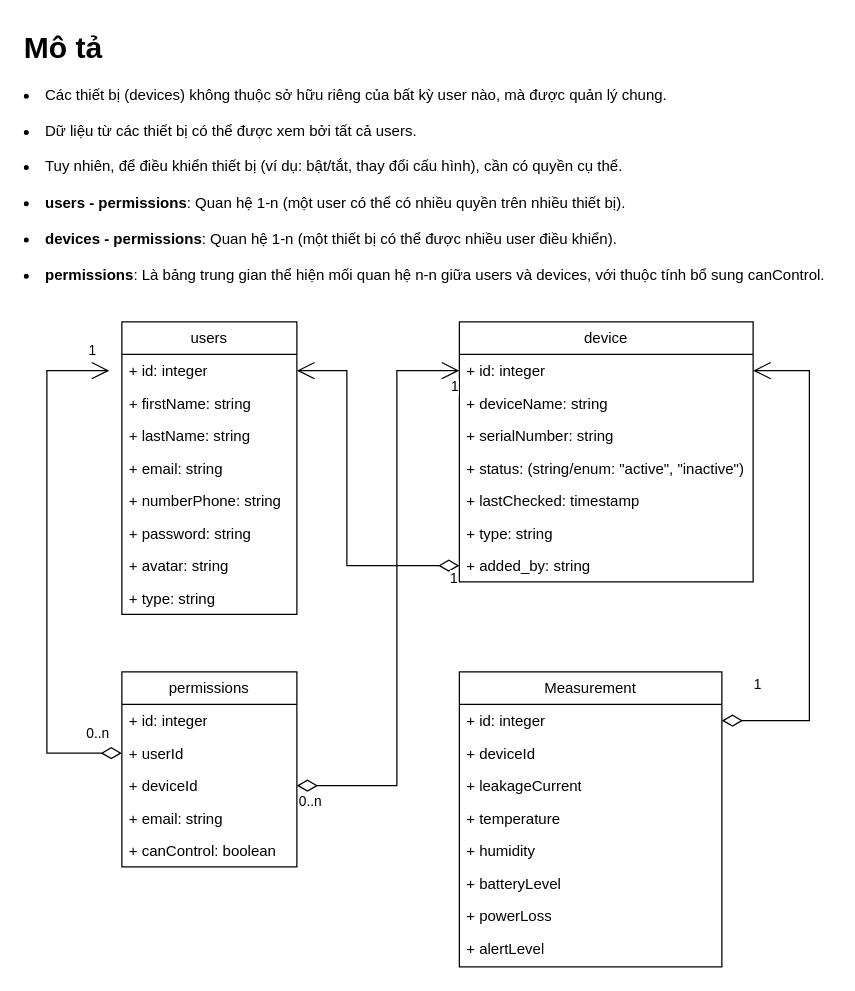
Above: quanLyThietBiDoDongRoUML_NEW.drawio in QuachHung1102/quanLyThietBiDoDongRo (draw.io), before the change. Source tidied: cells renumbered, new cells numbered last; positions are measured from the earlier drawing's top-left corner, leaving out a move shared by most shapes. Both pictures are drawn from the tidied source at 125%, with x=0, y=0 at pixel (21, 21).
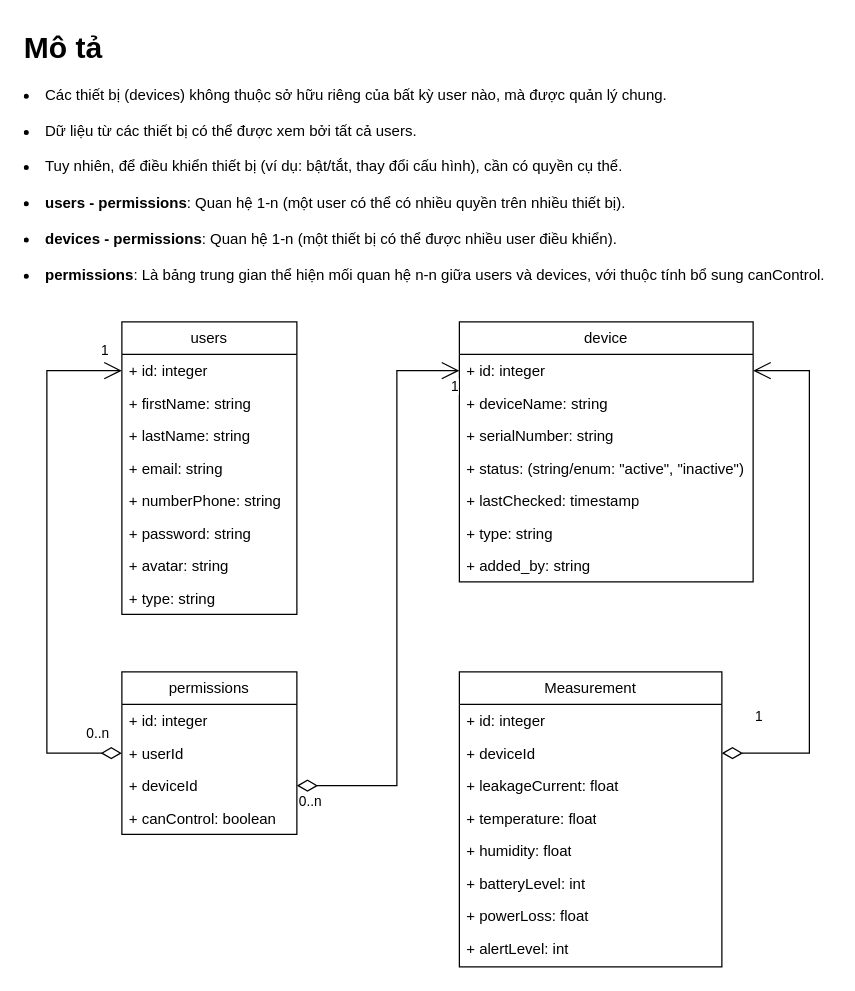
After the change.

The change refers to these unchanged cells:
```xml
<mxCell id="3" value="+ id: integer&lt;div&gt;&lt;br&gt;&lt;/div&gt;" style="text;strokeColor=none;fillColor=none;align=left;verticalAlign=top;spacingLeft=4;spacingRight=4;overflow=hidden;points=[[0,0.5],[1,0.5]];portConstraint=eastwest;whiteSpace=wrap;html=1;" parent="2" vertex="1">
  <mxGeometry y="26" width="140" height="26" as="geometry" />
</mxCell>
<mxCell id="12" value="+ id: integer&lt;div&gt;&lt;br&gt;&lt;/div&gt;" style="text;strokeColor=none;fillColor=none;align=left;verticalAlign=top;spacingLeft=4;spacingRight=4;overflow=hidden;points=[[0,0.5],[1,0.5]];portConstraint=eastwest;whiteSpace=wrap;html=1;" parent="11" vertex="1">
  <mxGeometry y="26" width="235" height="26" as="geometry" />
</mxCell>
<mxCell id="18" value="+ added_by: string" style="text;strokeColor=none;fillColor=none;align=left;verticalAlign=top;spacingLeft=4;spacingRight=4;overflow=hidden;points=[[0,0.5],[1,0.5]];portConstraint=eastwest;whiteSpace=wrap;html=1;" parent="11" vertex="1">
  <mxGeometry y="182" width="235" height="26" as="geometry" />
</mxCell>
<mxCell id="23" value="+&amp;nbsp;&lt;span style=&quot;background-color: transparent; color: light-dark(rgb(0, 0, 0), rgb(255, 255, 255));&quot;&gt;userId&lt;/span&gt;" style="text;strokeColor=none;fillColor=none;align=left;verticalAlign=top;spacingLeft=4;spacingRight=4;overflow=hidden;points=[[0,0.5],[1,0.5]];portConstraint=eastwest;whiteSpace=wrap;html=1;" parent="21" vertex="1">
  <mxGeometry y="52" width="140" height="26" as="geometry" />
</mxCell>
<mxCell id="33" value="&lt;div&gt;Measurement&lt;/div&gt;" style="swimlane;fontStyle=0;horizontal=1;startSize=26;fillColor=none;whiteSpace=wrap;html=1;" parent="1" vertex="1">
  <mxGeometry x="350" y="520" width="210" height="236" as="geometry" />
</mxCell>
<mxCell id="34" value="+ id: integer" style="text;strokeColor=none;fillColor=none;align=left;verticalAlign=top;spacingLeft=4;spacingRight=4;overflow=hidden;points=[[0,0.5],[1,0.5]];portConstraint=eastwest;whiteSpace=wrap;html=1;" parent="33" vertex="1">
  <mxGeometry y="26" width="210" height="26" as="geometry" />
</mxCell>
<mxCell id="35" value="+&amp;nbsp;&lt;span style=&quot;background-color: transparent; color: light-dark(rgb(0, 0, 0), rgb(255, 255, 255));&quot;&gt;deviceId&lt;/span&gt;" style="text;strokeColor=none;fillColor=none;align=left;verticalAlign=top;spacingLeft=4;spacingRight=4;overflow=hidden;points=[[0,0.5],[1,0.5]];portConstraint=eastwest;whiteSpace=wrap;html=1;" parent="33" vertex="1">
  <mxGeometry y="52" width="210" height="26" as="geometry" />
</mxCell>
```

What changed in the source:
```diff
@@
-    <mxCell id="19" value="1" style="endArrow=open;html=1;endSize=12;startArrow=diamondThin;startSize=14;startFill=0;edgeStyle=orthogonalEdgeStyle;align=left;verticalAlign=bottom;rounded=0;exitX=0;exitY=0.5;exitDx=0;exitDy=0;" parent="1" edge="1" source="18">
-      <mxGeometry x="-0.94" y="19" relative="1" as="geometry">
-        <mxPoint x="220" y="279" as="targetPoint" />
-        <Array as="points">
-          <mxPoint x="260" y="435" />
-          <mxPoint x="260" y="279" />
-        </Array>
-      </mxGeometry>
-    </mxCell>
@@
     <mxCell id="21" value="&lt;div&gt;&lt;span class=&quot;text-sm px-1 rounded-sm !font-mono bg-sunset/10 text-rust dark:bg-dawn/10 dark:text-dawn&quot;&gt;permissions&lt;/span&gt;&lt;/div&gt;" style="swimlane;fontStyle=0;horizontal=1;startSize=26;fillColor=none;whiteSpace=wrap;html=1;" parent="1" vertex="1">
-      <mxGeometry x="80" y="520" width="140" height="156" as="geometry" />
+      <mxGeometry x="80" y="520" width="140" height="130" as="geometry" />
     </mxCell>
@@
-    <mxCell id="25" value="+ email: string" style="text;strokeColor=none;fillColor=none;align=left;verticalAlign=top;spacingLeft=4;spacingRight=4;overflow=hidden;whiteSpace=wrap;html=1;" parent="21" vertex="1">
-      <mxGeometry y="104" width="140" height="26" as="geometry" />
-    </mxCell>
     <mxCell id="26" value="+&amp;nbsp;&lt;span style=&quot;background-color: transparent; color: light-dark(rgb(0, 0, 0), rgb(255, 255, 255));&quot;&gt;canControl&lt;/span&gt;&lt;span style=&quot;background-color: transparent; color: light-dark(rgb(0, 0, 0), rgb(255, 255, 255));&quot;&gt;: boolean&lt;/span&gt;" style="text;strokeColor=none;fillColor=none;align=left;verticalAlign=top;spacingLeft=4;spacingRight=4;overflow=hidden;whiteSpace=wrap;html=1;" parent="21" vertex="1">
-      <mxGeometry y="130" width="140" height="26" as="geometry" />
+      <mxGeometry y="104" width="140" height="26" as="geometry" />
     </mxCell>
-    <mxCell id="27" style="endArrow=open;html=1;endSize=12;startArrow=diamondThin;startSize=14;startFill=0;edgeStyle=orthogonalEdgeStyle;rounded=0;exitX=0;exitY=0.5;exitDx=0;exitDy=0;entryX=0;entryY=0.5;entryDx=0;entryDy=0;" parent="1" edge="1" source="23">
+    <mxCell id="27" style="endArrow=open;html=1;endSize=12;startArrow=diamondThin;startSize=14;startFill=0;edgeStyle=orthogonalEdgeStyle;rounded=0;exitX=0;exitY=0.5;exitDx=0;exitDy=0;entryX=0;entryY=0.5;entryDx=0;entryDy=0;" parent="1" edge="1" source="23" target="3">
       <mxGeometry relative="1" as="geometry">
-        <mxPoint x="70" y="279" as="targetPoint" />
         <Array as="points">
           <mxPoint x="20" y="585" />
           <mxPoint x="20" y="279" />
         </Array>
       </mxGeometry>
     </mxCell>
@@
-    <mxCell id="36" value="+&amp;nbsp;&lt;span style=&quot;background-color: transparent; color: light-dark(rgb(0, 0, 0), rgb(255, 255, 255));&quot;&gt;leakageCurrent&lt;/span&gt;" style="text;strokeColor=none;fillColor=none;align=left;verticalAlign=top;spacingLeft=4;spacingRight=4;overflow=hidden;whiteSpace=wrap;html=1;" parent="33" vertex="1">
+    <mxCell id="36" value="+&amp;nbsp;&lt;span style=&quot;background-color: transparent; color: light-dark(rgb(0, 0, 0), rgb(255, 255, 255));&quot;&gt;leakageCurrent: float&lt;/span&gt;" style="text;strokeColor=none;fillColor=none;align=left;verticalAlign=top;spacingLeft=4;spacingRight=4;overflow=hidden;whiteSpace=wrap;html=1;" parent="33" vertex="1">
       <mxGeometry y="78" width="210" height="26" as="geometry" />
     </mxCell>
-    <mxCell id="37" value="&lt;div&gt;+ temperature&lt;/div&gt;" style="text;strokeColor=none;fillColor=none;align=left;verticalAlign=top;spacingLeft=4;spacingRight=4;overflow=hidden;whiteSpace=wrap;html=1;" parent="33" vertex="1">
+    <mxCell id="37" value="&lt;div&gt;+ temperature: float&lt;/div&gt;" style="text;strokeColor=none;fillColor=none;align=left;verticalAlign=top;spacingLeft=4;spacingRight=4;overflow=hidden;whiteSpace=wrap;html=1;" parent="33" vertex="1">
       <mxGeometry y="104" width="210" height="26" as="geometry" />
     </mxCell>
-    <mxCell id="38" value="+ humidity" style="text;strokeColor=none;fillColor=none;align=left;verticalAlign=top;spacingLeft=4;spacingRight=4;overflow=hidden;whiteSpace=wrap;html=1;" parent="33" vertex="1">
+    <mxCell id="38" value="+ humidity: float" style="text;strokeColor=none;fillColor=none;align=left;verticalAlign=top;spacingLeft=4;spacingRight=4;overflow=hidden;whiteSpace=wrap;html=1;" parent="33" vertex="1">
       <mxGeometry y="130" width="210" height="26" as="geometry" />
     </mxCell>
-    <mxCell id="39" value="+ batteryLevel" style="text;strokeColor=none;fillColor=none;align=left;verticalAlign=top;spacingLeft=4;spacingRight=4;overflow=hidden;whiteSpace=wrap;html=1;" parent="33" vertex="1">
+    <mxCell id="39" value="+ batteryLevel: int" style="text;strokeColor=none;fillColor=none;align=left;verticalAlign=top;spacingLeft=4;spacingRight=4;overflow=hidden;whiteSpace=wrap;html=1;" parent="33" vertex="1">
       <mxGeometry y="156" width="210" height="26" as="geometry" />
     </mxCell>
-    <mxCell id="40" value="+ powerLoss" style="text;strokeColor=none;fillColor=none;align=left;verticalAlign=top;spacingLeft=4;spacingRight=4;overflow=hidden;whiteSpace=wrap;html=1;" parent="33" vertex="1">
+    <mxCell id="40" value="+ powerLoss: float" style="text;strokeColor=none;fillColor=none;align=left;verticalAlign=top;spacingLeft=4;spacingRight=4;overflow=hidden;whiteSpace=wrap;html=1;" parent="33" vertex="1">
       <mxGeometry y="182" width="210" height="26" as="geometry" />
     </mxCell>
-    <mxCell id="41" value="+ alertLevel&lt;div&gt;&lt;br&gt;&lt;/div&gt;" style="text;strokeColor=none;fillColor=none;align=left;verticalAlign=top;spacingLeft=4;spacingRight=4;overflow=hidden;whiteSpace=wrap;html=1;" parent="33" vertex="1">
+    <mxCell id="41" value="+ alertLevel: int" style="text;strokeColor=none;fillColor=none;align=left;verticalAlign=top;spacingLeft=4;spacingRight=4;overflow=hidden;whiteSpace=wrap;html=1;" parent="33" vertex="1">
       <mxGeometry y="208" width="210" height="28" as="geometry" />
     </mxCell>
-    <mxCell id="42" value="1" style="endArrow=open;html=1;endSize=12;startArrow=diamondThin;startSize=14;startFill=0;edgeStyle=orthogonalEdgeStyle;align=left;verticalAlign=bottom;rounded=0;exitX=1;exitY=0.5;exitDx=0;exitDy=0;entryX=1;entryY=0.5;entryDx=0;entryDy=0;" parent="1" edge="1" source="34" target="12">
+    <mxCell id="42" value="1" style="endArrow=open;html=1;endSize=12;startArrow=diamondThin;startSize=14;startFill=0;edgeStyle=orthogonalEdgeStyle;align=left;verticalAlign=bottom;rounded=0;entryX=1;entryY=0.5;entryDx=0;entryDy=0;exitX=1;exitY=0.5;exitDx=0;exitDy=0;" parent="1" edge="1" source="35" target="12">
       <mxGeometry x="-0.88" y="20" relative="1" as="geometry">
         <Array as="points">
-          <mxPoint x="630" y="559" />
+          <mxPoint x="630" y="585" />
           <mxPoint x="630" y="279" />
         </Array>
       </mxGeometry>
     </mxCell>
```
